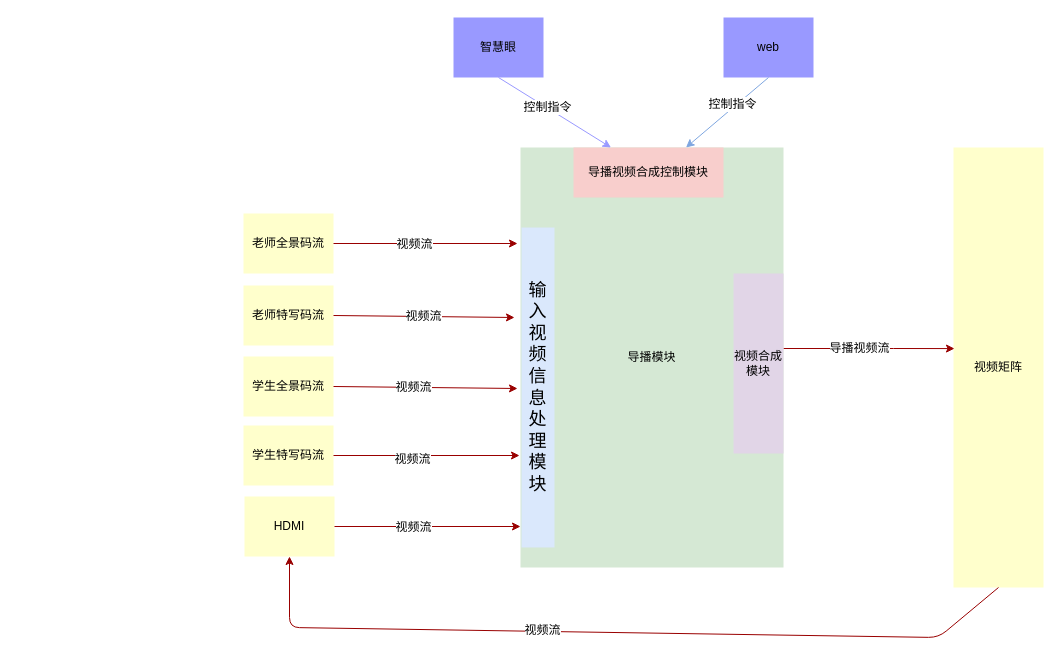
Above: 大智小慧导播工作示意图.drawio in huangPeiLc/drawio (draw.io), before the change. Source tidied: cells renumbered, new cells numbered last; positions are measured from the earlier drawing's top-left corner, leaving out a move shared by most shapes. Both pictures are drawn from the tidied source at 100%, with x=0, y=0 at pixel (17, 17).
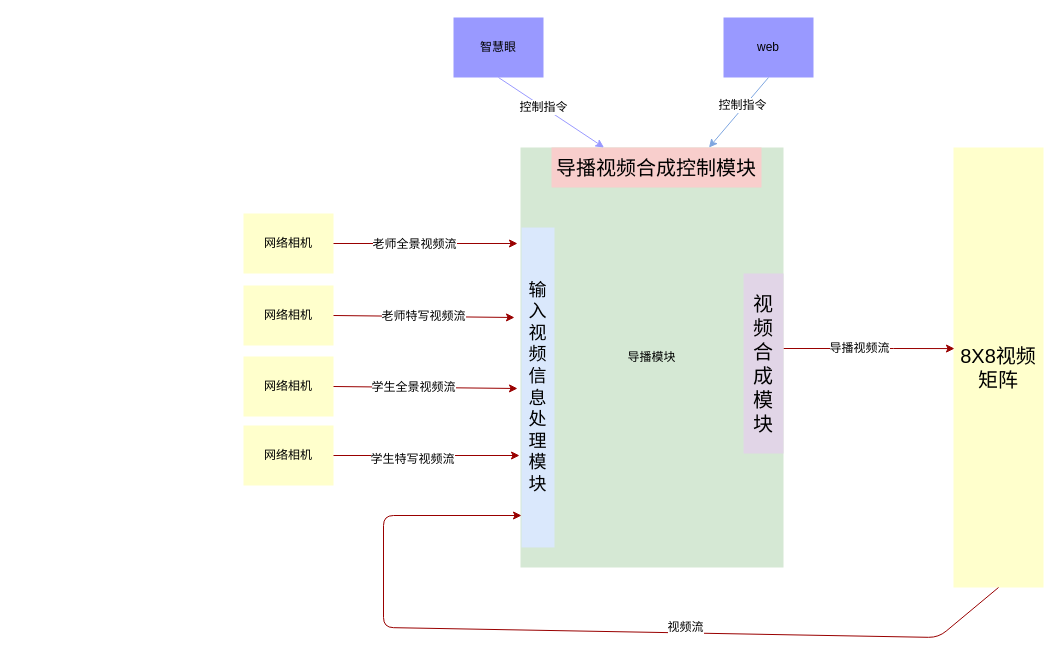
The same diagram, later.

Commit message:
Update 大智小慧导播工作示意图.drawio

The change refers to these unchanged cells:
```xml
<mxCell id="4" style="endArrow=classic;exitX=1;exitY=0.5;exitDx=0;exitDy=0;strokeColor=#990000;fontStyle=0;html=1;" parent="1" edge="1" source="3">
  <mxGeometry relative="1" as="geometry">
    <mxPoint x="500" y="226" as="targetPoint" />
  </mxGeometry>
</mxCell>
<mxCell id="8" style="endArrow=classic;entryX=-0.022;entryY=0.269;entryDx=0;entryDy=0;exitX=1;exitY=0.5;exitDx=0;exitDy=0;strokeColor=#990000;entryPerimeter=0;fontStyle=0;html=1;" parent="1" edge="1" source="7">
  <mxGeometry relative="1" as="geometry">
    <mxPoint x="497" y="300" as="targetPoint" />
  </mxGeometry>
</mxCell>
<mxCell id="11" style="endArrow=classic;entryX=-0.011;entryY=0.467;entryDx=0;entryDy=0;exitX=1;exitY=0.5;exitDx=0;exitDy=0;strokeColor=#990000;entryPerimeter=0;fontStyle=0;html=1;" parent="1" edge="1" source="10">
  <mxGeometry relative="1" as="geometry">
    <mxPoint x="500" y="371" as="targetPoint" />
  </mxGeometry>
</mxCell>
<mxCell id="15" style="endArrow=classic;exitX=1;exitY=0.5;exitDx=0;exitDy=0;strokeColor=#990000;fontStyle=0;html=1;" parent="1" edge="1" source="14">
  <mxGeometry relative="1" as="geometry">
    <mxPoint x="502" y="438" as="targetPoint" />
  </mxGeometry>
</mxCell>
<mxCell id="25" value="&lt;font style=&quot;font-size: 18px&quot;&gt;输入视频信息处理模块&lt;/font&gt;" style="rounded=0;whiteSpace=wrap;strokeColor=none;strokeWidth=2;dashed=1;fillColor=#dae8fc;fontStyle=0;html=1;" parent="1" vertex="1">
  <mxGeometry x="504" y="210" width="33" height="320" as="geometry" />
</mxCell>
```

What changed in the source:
```diff
@@
-    <mxCell id="3" value="老师全景码流" style="whiteSpace=wrap;align=center;verticalAlign=middle;fontStyle=0;strokeWidth=3;fillColor=#FFFFCC;strokeColor=none;html=1;" parent="1" vertex="1">
+    <mxCell id="3" value="网络相机" style="whiteSpace=wrap;align=center;verticalAlign=middle;fontStyle=0;strokeWidth=3;fillColor=#FFFFCC;strokeColor=none;html=1;" parent="1" vertex="1">
       <mxGeometry x="226" y="196" width="90" height="60" as="geometry" />
     </mxCell>
@@
-    <mxCell id="5" value="视频流" style="text;html=1;align=center;verticalAlign=middle;labelBackgroundColor=#ffffff;" parent="4" vertex="1">
+    <mxCell id="5" value="老师全景视频流" style="text;html=1;align=center;verticalAlign=middle;labelBackgroundColor=#ffffff;" parent="4" vertex="1">
       <mxGeometry x="-0.14" y="-2" relative="1" as="geometry">
         <mxPoint x="1" y="-2" as="offset" />
       </mxGeometry>
     </mxCell>
@@
-    <mxCell id="7" value="老师特写码流" style="whiteSpace=wrap;align=center;verticalAlign=middle;fontStyle=0;strokeWidth=3;fillColor=#FFFFCC;strokeColor=none;html=1;" parent="1" vertex="1">
+    <mxCell id="7" value="网络相机" style="whiteSpace=wrap;align=center;verticalAlign=middle;fontStyle=0;strokeWidth=3;fillColor=#FFFFCC;strokeColor=none;html=1;" parent="1" vertex="1">
       <mxGeometry x="226" y="268" width="90" height="60" as="geometry" />
     </mxCell>
@@
-    <mxCell id="9" value="视频流" style="text;html=1;align=center;verticalAlign=middle;labelBackgroundColor=#ffffff;" parent="8" vertex="1">
+    <mxCell id="9" value="老师特写视频流" style="text;html=1;align=center;verticalAlign=middle;labelBackgroundColor=#ffffff;" parent="8" vertex="1">
       <mxGeometry x="0.22" y="-2" relative="1" as="geometry">
         <mxPoint x="-20" y="-3" as="offset" />
       </mxGeometry>
     </mxCell>
-    <mxCell id="10" value="学生全景码流" style="whiteSpace=wrap;align=center;verticalAlign=middle;fontStyle=0;strokeWidth=3;fillColor=#FFFFCC;strokeColor=none;html=1;" parent="1" vertex="1">
+    <mxCell id="10" value="网络相机" style="whiteSpace=wrap;align=center;verticalAlign=middle;fontStyle=0;strokeWidth=3;fillColor=#FFFFCC;strokeColor=none;html=1;" parent="1" vertex="1">
       <mxGeometry x="226" y="339" width="90" height="60" as="geometry" />
     </mxCell>
@@
-    <mxCell id="13" value="视频流" style="text;html=1;align=center;verticalAlign=middle;labelBackgroundColor=#ffffff;" parent="11" vertex="1">
+    <mxCell id="13" value="学生全景视频流" style="text;html=1;align=center;verticalAlign=middle;labelBackgroundColor=#ffffff;" parent="11" vertex="1">
       <mxGeometry x="-0.13" relative="1" as="geometry" />
     </mxCell>
-    <mxCell id="14" value="学生特写码流" style="whiteSpace=wrap;align=center;verticalAlign=middle;fontStyle=0;strokeWidth=3;fillColor=#FFFFCC;strokeColor=none;html=1;" parent="1" vertex="1">
+    <mxCell id="14" value="网络相机" style="whiteSpace=wrap;align=center;verticalAlign=middle;fontStyle=0;strokeWidth=3;fillColor=#FFFFCC;strokeColor=none;html=1;" parent="1" vertex="1">
       <mxGeometry x="226" y="408" width="90" height="60" as="geometry" />
     </mxCell>
@@
-    <mxCell id="16" value="视频流" style="text;html=1;align=center;verticalAlign=middle;labelBackgroundColor=#ffffff;" parent="15" vertex="1">
+    <mxCell id="16" value="学生特写视频流" style="text;html=1;align=center;verticalAlign=middle;labelBackgroundColor=#ffffff;" parent="15" vertex="1">
       <mxGeometry x="-0.16" y="-3" relative="1" as="geometry" />
     </mxCell>
-    <mxCell id="17" value="HDMI" style="whiteSpace=wrap;align=center;verticalAlign=middle;fontStyle=0;strokeWidth=3;fillColor=#FFFFCC;strokeColor=none;html=1;" parent="1" vertex="1">
-      <mxGeometry x="227" y="479" width="90" height="60" as="geometry" />
-    </mxCell>
-    <mxCell id="18" style="endArrow=classic;exitX=1;exitY=0.5;exitDx=0;exitDy=0;strokeColor=#990000;fontStyle=0;html=1;" parent="1" edge="1" source="17">
-      <mxGeometry relative="1" as="geometry">
-        <mxPoint x="503" y="509" as="targetPoint" />
-      </mxGeometry>
-    </mxCell>
-    <mxCell id="19" value="视频流" style="text;html=1;align=center;verticalAlign=middle;labelBackgroundColor=#ffffff;" parent="18" vertex="1">
-      <mxGeometry x="-0.16" relative="1" as="geometry" />
-    </mxCell>
-    <mxCell id="20" value="视频矩阵" style="whiteSpace=wrap;align=center;verticalAlign=middle;fontStyle=0;strokeWidth=3;fillColor=#FFFFCC;strokeColor=none;html=1;" parent="1" vertex="1">
+    <mxCell id="20" value="8X8视频矩阵" style="whiteSpace=wrap;align=center;verticalAlign=middle;fontStyle=0;strokeWidth=3;fillColor=#FFFFCC;strokeColor=none;html=1;fontSize=20;" parent="1" vertex="1">
       <mxGeometry x="936" y="130" width="90" height="440" as="geometry" />
     </mxCell>
@@
-    <mxCell id="23" style="endArrow=classic;exitX=0.5;exitY=1;exitDx=0;exitDy=0;strokeColor=#990000;entryX=0.5;entryY=1;entryDx=0;entryDy=0;fontStyle=0;html=1;" parent="1" edge="1" source="20" target="17">
+    <mxCell id="23" style="endArrow=classic;exitX=0.5;exitY=1;exitDx=0;exitDy=0;strokeColor=#990000;entryX=0;entryY=0.9;entryDx=0;entryDy=0;fontStyle=0;html=1;entryPerimeter=0;" parent="1" edge="1" source="20" target="25">
       <mxGeometry relative="1" as="geometry">
         <Array as="points">
           <mxPoint x="921" y="620" />
-          <mxPoint x="272" y="610" />
+          <mxPoint x="366" y="610" />
+          <mxPoint x="366" y="498" />
         </Array>
       </mxGeometry>
     </mxCell>
     <mxCell id="24" value="视频流" style="text;html=1;align=center;verticalAlign=middle;labelBackgroundColor=#ffffff;" parent="23" vertex="1">
-      <mxGeometry x="0.19" y="-1" relative="1" as="geometry" />
+      <mxGeometry x="0.19" y="-1" relative="1" as="geometry">
+        <mxPoint x="193" y="-1" as="offset" />
+      </mxGeometry>
     </mxCell>
@@
-    <mxCell id="26" value="导播视频合成控制模块" style="rounded=0;whiteSpace=wrap;strokeColor=none;strokeWidth=2;fillColor=#f8cecc;fontStyle=0;html=1;" parent="1" vertex="1">
-      <mxGeometry x="556" y="130" width="150" height="50" as="geometry" />
+    <mxCell id="26" value="导播视频合成控制模块" style="rounded=0;whiteSpace=wrap;strokeColor=none;strokeWidth=2;fillColor=#f8cecc;fontStyle=0;html=1;fontSize=20;" parent="1" vertex="1">
+      <mxGeometry x="534" y="130" width="210" height="40" as="geometry" />
     </mxCell>
-    <mxCell id="27" value="视频合成模块" style="rounded=0;whiteSpace=wrap;strokeColor=none;strokeWidth=2;fillColor=#e1d5e7;fontStyle=0;html=1;" parent="1" vertex="1">
-      <mxGeometry x="716" y="256" width="50" height="180" as="geometry" />
+    <mxCell id="27" value="视频合成模块" style="rounded=0;whiteSpace=wrap;strokeColor=none;strokeWidth=2;fillColor=#e1d5e7;fontStyle=0;html=1;fontSize=20;" parent="1" vertex="1">
+      <mxGeometry x="726" y="256" width="40" height="180" as="geometry" />
     </mxCell>
```
